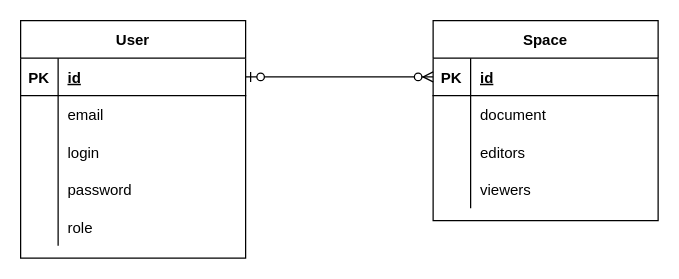
Above: src/main/resources/templates/drawio/Entity_relation_diagram.drawio in Fischerskii/shamal-notepad (draw.io), before the change. Source tidied: cells renumbered, new cells numbered last; positions are measured from the earlier drawing's top-left corner, leaving out a move shared by most shapes. Both pictures are drawn from the tidied source at 125%, with x=0, y=0 at pixel (20, 20).
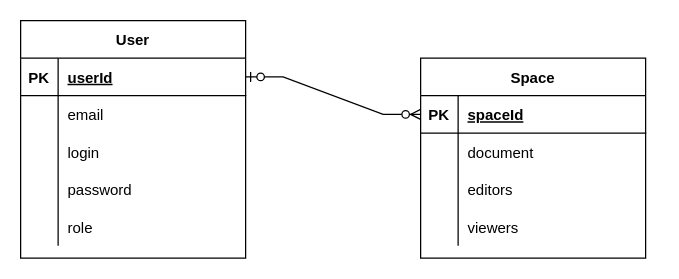
The same page after the edit.

The change refers to these unchanged cells:
```xml
<mxCell id="3" style="shape=tableRow;horizontal=0;startSize=0;swimlaneHead=0;swimlaneBody=0;fillColor=none;points=[[0,0.5],[1,0.5]];portConstraint=eastwest;top=0;left=0;right=0;bottom=1;" parent="2" vertex="1">
  <mxGeometry y="30" width="180" height="30" as="geometry" />
</mxCell>
<mxCell id="19" style="shape=tableRow;horizontal=0;startSize=0;swimlaneHead=0;swimlaneBody=0;fillColor=none;points=[[0,0.5],[1,0.5]];portConstraint=eastwest;top=0;left=0;right=0;bottom=1;" parent="18" vertex="1">
  <mxGeometry y="30" width="180" height="30" as="geometry" />
</mxCell>
```

Change to the diagram source:
```diff
@@
-    <mxCell id="5" value="id" style="shape=partialRectangle;fillColor=none;top=0;left=0;bottom=0;right=0;align=left;spacingLeft=6;fontStyle=5;overflow=hidden;" parent="3" vertex="1">
+    <mxCell id="5" value="userId" style="shape=partialRectangle;fillColor=none;top=0;left=0;bottom=0;right=0;align=left;spacingLeft=6;fontStyle=5;overflow=hidden;" parent="3" vertex="1">
       <mxGeometry x="30" width="150" height="30" as="geometry" />
     </mxCell>
@@
     <mxCell id="18" value="Space" style="shape=table;startSize=30;childLayout=tableLayout;rowLines=0;fontStyle=1;align=center;" parent="1" vertex="1">
-      <mxGeometry x="330" width="180" height="160" as="geometry" />
+      <mxGeometry x="320" y="30" width="180" height="160" as="geometry" />
     </mxCell>
@@
-    <mxCell id="21" value="id" style="shape=partialRectangle;fillColor=none;top=0;left=0;bottom=0;right=0;align=left;spacingLeft=6;fontStyle=5;overflow=hidden;" parent="19" vertex="1">
+    <mxCell id="21" value="spaceId" style="shape=partialRectangle;fillColor=none;top=0;left=0;bottom=0;right=0;align=left;spacingLeft=6;fontStyle=5;overflow=hidden;" parent="19" vertex="1">
       <mxGeometry x="30" width="150" height="30" as="geometry" />
     </mxCell>
```
